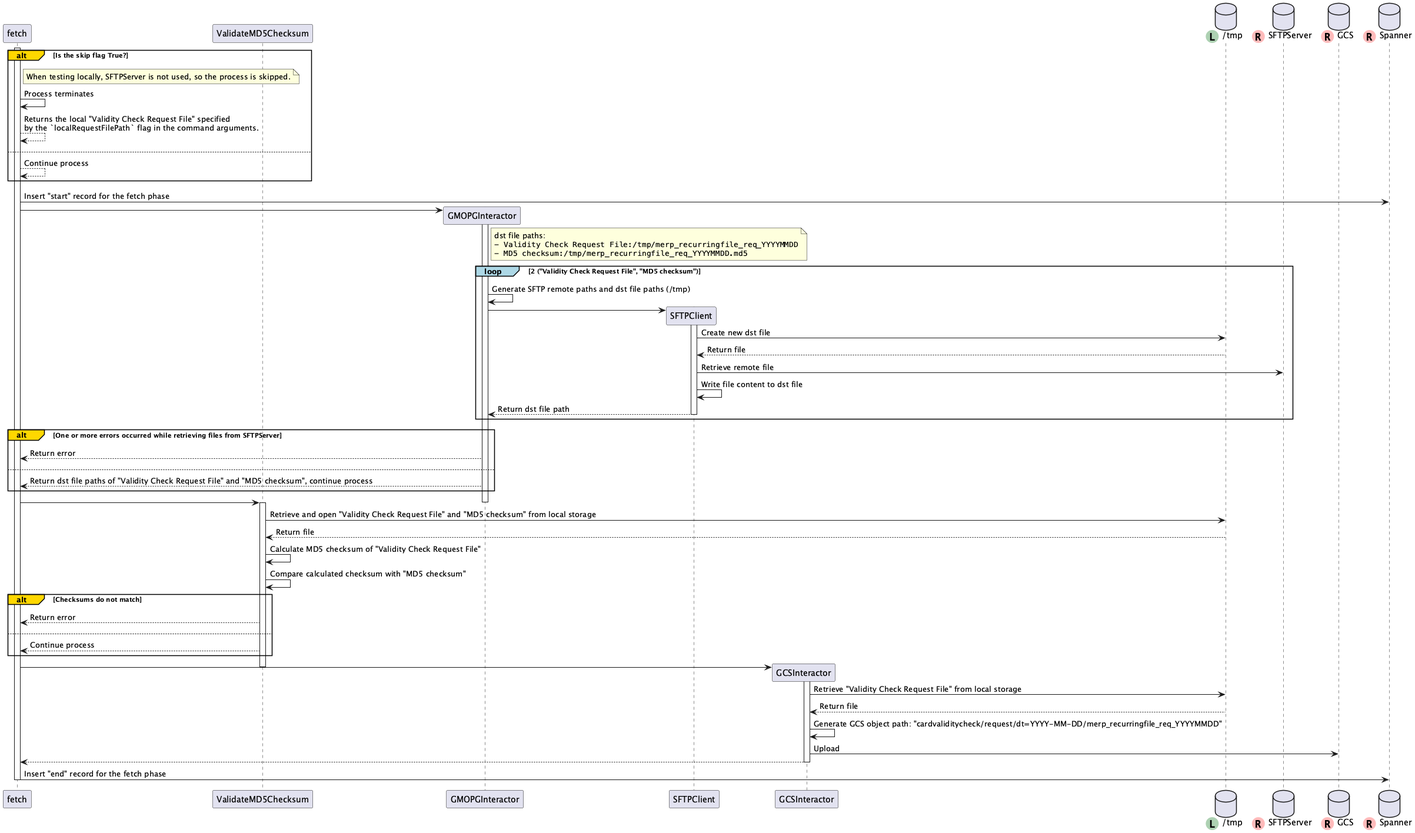
Earlier version of the PlantUML export download_files_from_gmopg-sftp.png (norun9/uml).
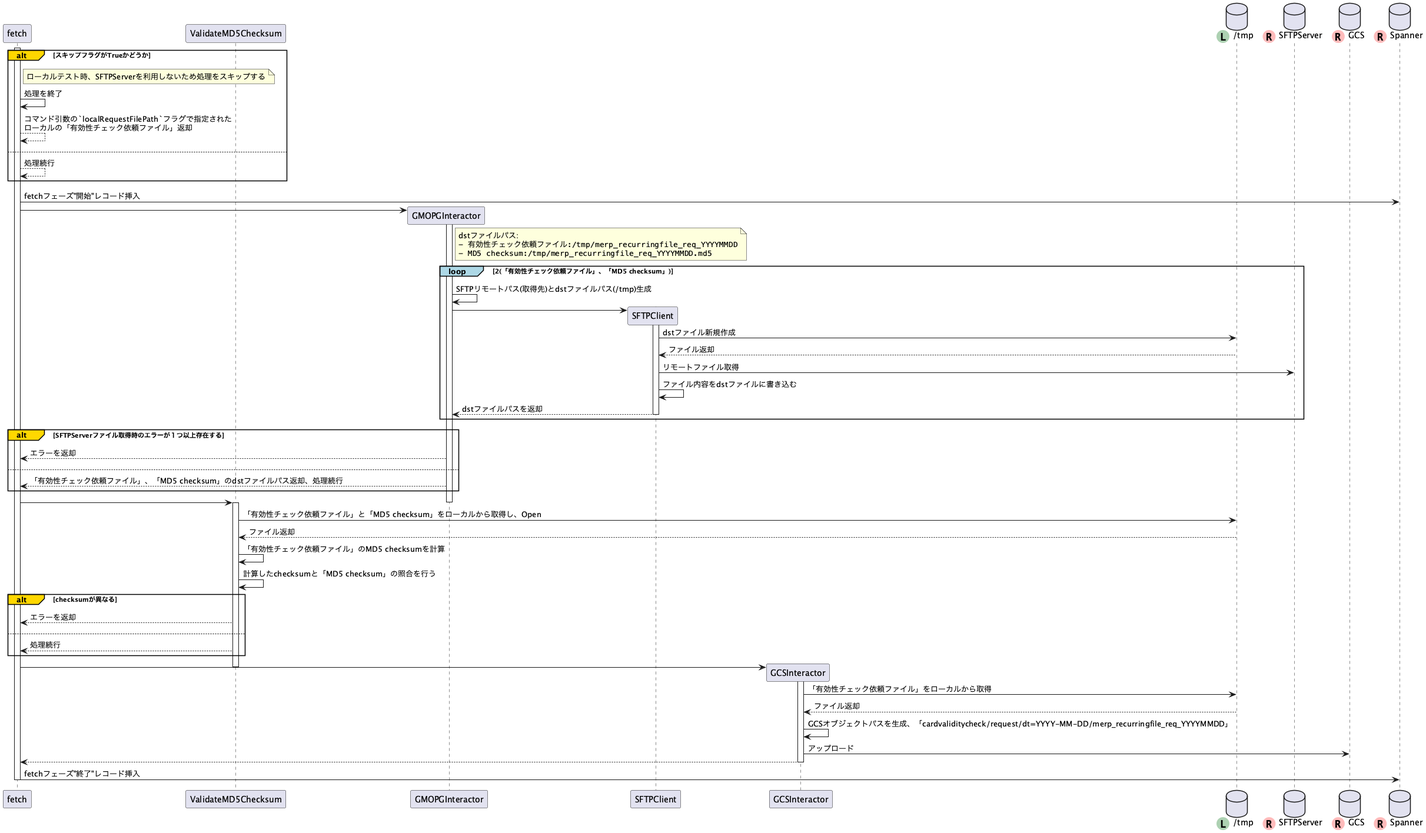
After the commit.

Change to the diagram source:
```diff
@@ -10,65 +10,65 @@
 database Spanner << (R, #FFBBBB) >>
 
 activate fetch
-alt#Gold Is the skip flag True?
-    note right of fetch: When testing locally, SFTPServer is not used, so the process is skipped.
-    fetch -> fetch: Process terminates
-    return Returns the local "Validity Check Request File" specified\nby the `localRequestFilePath` flag in the command arguments.
+alt#Gold スキップフラグがTrueかどうか
+    note right of fetch: ローカルテスト時、SFTPServerを利用しないため処理をスキップする
+    fetch -> fetch: 処理を終了
+    return コマンド引数の`localRequestFilePath`フラグで指定された\nローカルの「有効性チェック依頼ファイル」返却
 else
-    fetch --> fetch: Continue process
+    fetch --> fetch: 処理続行
 end
-fetch -> Spanner: Insert "start" record for the fetch phase
+fetch -> Spanner: fetchフェーズ"開始"レコード挿入
 create GMOPGInteractor
 fetch -> GMOPGInteractor
 
 activate GMOPGInteractor
-note right of GMOPGInteractor: dst file paths:\n""- Validity Check Request File:/tmp/merp_recurringfile_req_YYYYMMDD""\n""- MD5 checksum:/tmp/merp_recurringfile_req_YYYYMMDD.md5""
-loop#LightBlue 2 ("Validity Check Request File", "MD5 checksum")
-    GMOPGInteractor -> GMOPGInteractor: Generate SFTP remote paths and dst file paths (/tmp)
+note right of GMOPGInteractor: dstファイルパス:\n""- 有効性チェック依頼ファイル:/tmp/merp_recurringfile_req_YYYYMMDD""\n""- MD5 checksum:/tmp/merp_recurringfile_req_YYYYMMDD.md5""
+loop#LightBlue 2(「有効性チェック依頼ファイル」、「MD5 checksum」)
+    GMOPGInteractor -> GMOPGInteractor: SFTPリモートパス(取得先)とdstファイルパス(/tmp)生成
     create SFTPClient
     GMOPGInteractor -> SFTPClient
     activate SFTPClient
-    SFTPClient -> tmp: Create new dst file
-    tmp --> SFTPClient: Return file
-    SFTPClient -> SFTPServer: Retrieve remote file
-    SFTPClient -> SFTPClient: Write file content to dst file
-    return Return dst file path
+    SFTPClient -> tmp: dstファイル新規作成
+    tmp --> SFTPClient: ファイル返却
+    SFTPClient -> SFTPServer: リモートファイル取得
+    SFTPClient -> SFTPClient: ファイル内容をdstファイルに書き込む
+    return dstファイルパスを返却
     deactivate SFTPClient
 end
-alt#Gold One or more errors occurred while retrieving files from SFTPServer
-    GMOPGInteractor --> fetch: Return error
+alt#Gold SFTPServerファイル取得時のエラーが１つ以上存在する
+    GMOPGInteractor --> fetch: エラーを返却
 else
-    GMOPGInteractor --> fetch: Return dst file paths of "Validity Check Request File" and "MD5 checksum", continue process
+    GMOPGInteractor --> fetch: 「有効性チェック依頼ファイル」、「MD5 checksum」のdstファイルパス返却、処理続行
 end
 deactivate GMOPGInteractor
 
 fetch -> ValidateMD5Checksum
 !pragma teoz true
-box "Validity Check Request File Corruption Check"
+box "「有効性チェック依頼ファイル」破損チェック
     activate ValidateMD5Checksum
-    ValidateMD5Checksum -> tmp: Retrieve and open "Validity Check Request File" and "MD5 checksum" from local storage
-    tmp --> ValidateMD5Checksum: Return file
-    ValidateMD5Checksum -> ValidateMD5Checksum: Calculate MD5 checksum of "Validity Check Request File"
-    ValidateMD5Checksum -> ValidateMD5Checksum: Compare calculated checksum with "MD5 checksum"
+    ValidateMD5Checksum -> tmp: 「有効性チェック依頼ファイル」と「MD5 checksum」をローカルから取得し、Open
+    tmp --> ValidateMD5Checksum: ファイル返却
+    ValidateMD5Checksum -> ValidateMD5Checksum: 「有効性チェック依頼ファイル」のMD5 checksumを計算
+    ValidateMD5Checksum -> ValidateMD5Checksum: 計算したchecksumと「MD5 checksum」の照合を行う
 end box
-alt#Gold Checksums do not match
-    ValidateMD5Checksum --> fetch: Return error
+alt#Gold checksumが異なる
+    ValidateMD5Checksum --> fetch: エラーを返却
 else
-    ValidateMD5Checksum --> fetch: Continue process
+    ValidateMD5Checksum --> fetch: 処理続行
 end
 deactivate ValidateMD5Checksum
 
 create GCSInteractor
 fetch -> GCSInteractor
 activate GCSInteractor
-GCSInteractor -> tmp: Retrieve "Validity Check Request File" from local storage
-tmp --> GCSInteractor: Return file
-GCSInteractor -> GCSInteractor: Generate GCS object path: "cardvaliditycheck/request/dt=YYYY-MM-DD/merp_recurringfile_req_YYYYMMDD"
-GCSInteractor -> GCS: Upload
+GCSInteractor -> tmp: 「有効性チェック依頼ファイル」をローカルから取得
+tmp --> GCSInteractor: ファイル返却
+GCSInteractor -> GCSInteractor: GCSオブジェクトパスを生成、「cardvaliditycheck/request/dt=YYYY-MM-DD/merp_recurringfile_req_YYYYMMDD」
+GCSInteractor -> GCS: アップロード
 return
 deactivate GCSInteractor
 
-fetch -> Spanner: Insert "end" record for the fetch phase
+fetch -> Spanner: fetchフェーズ"終了"レコード挿入
 
 deactivate fetch
 
```
